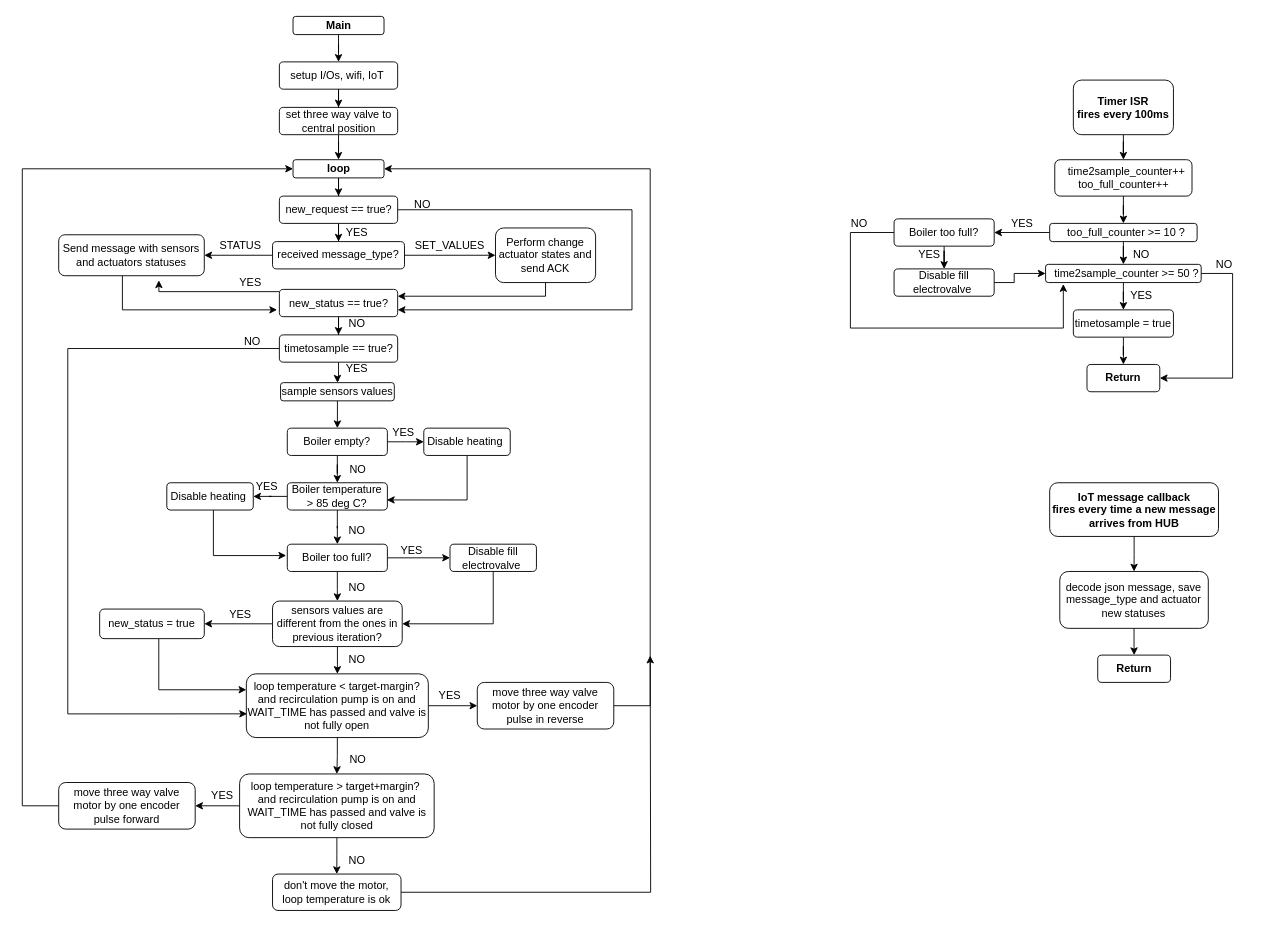
The draw.io diagram SC2 Code diagram.drawio in stefanolucchesini/boiler_controller, before the edit. Source tidied: cells renumbered, new cells numbered last; positions are measured from the earlier drawing's top-left corner, leaving out a move shared by most shapes. Both pictures are drawn from the tidied source at 91%, with x=0, y=0 at pixel (22, 16).
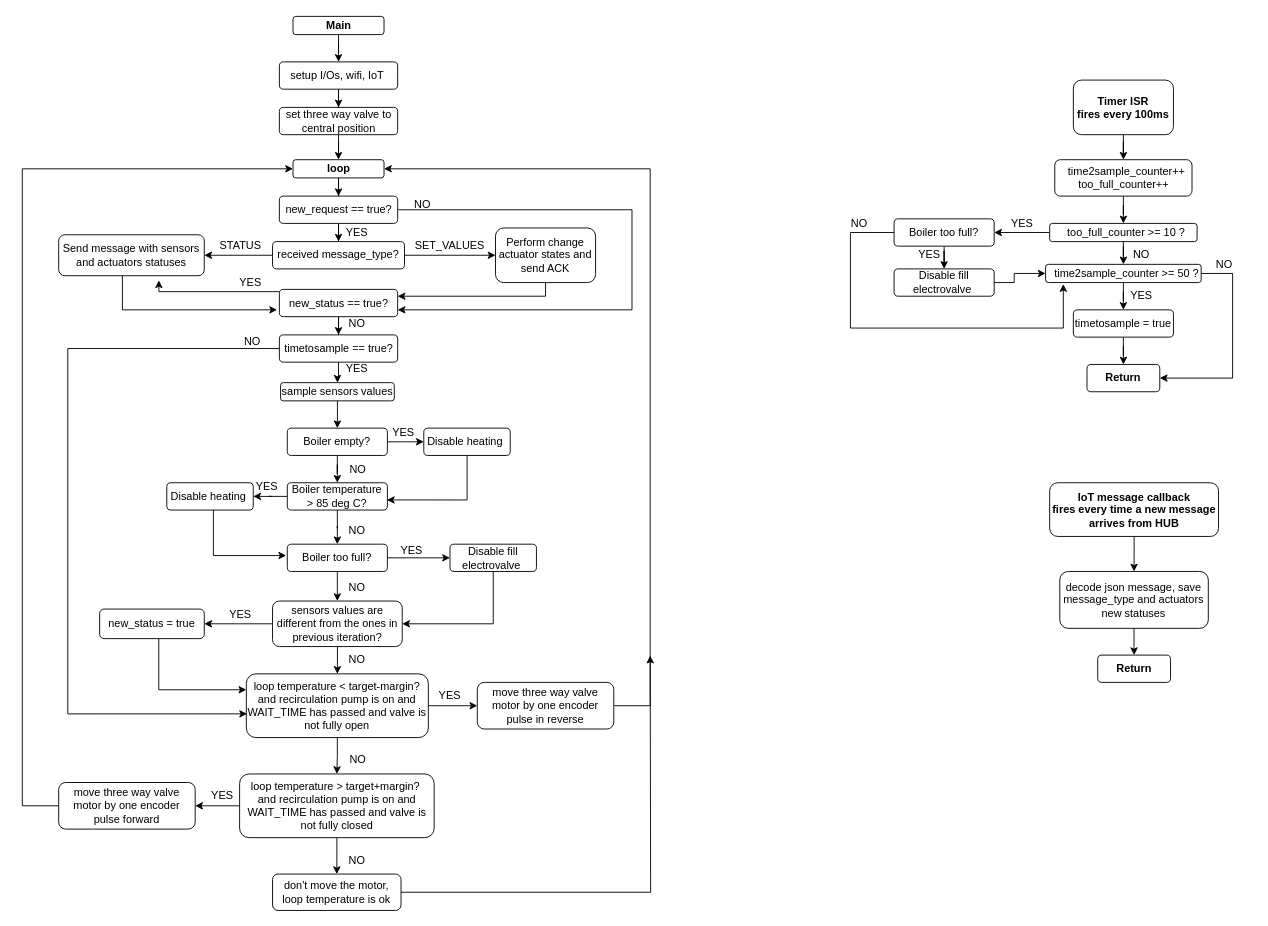
After the change.

Change to the diagram source:
```diff
@@
-    <mxCell id="107" value="decode json message, save&lt;br&gt;message_type and actuator new statuses" style="rounded=1;whiteSpace=wrap;html=1;" parent="1" vertex="1">
+    <mxCell id="107" value="decode json message, save&lt;br&gt;message_type and actuators new statuses" style="rounded=1;whiteSpace=wrap;html=1;" parent="1" vertex="1">
       <mxGeometry x="1140.1" y="609.5" width="163.2" height="62.5" as="geometry" />
     </mxCell>
```
